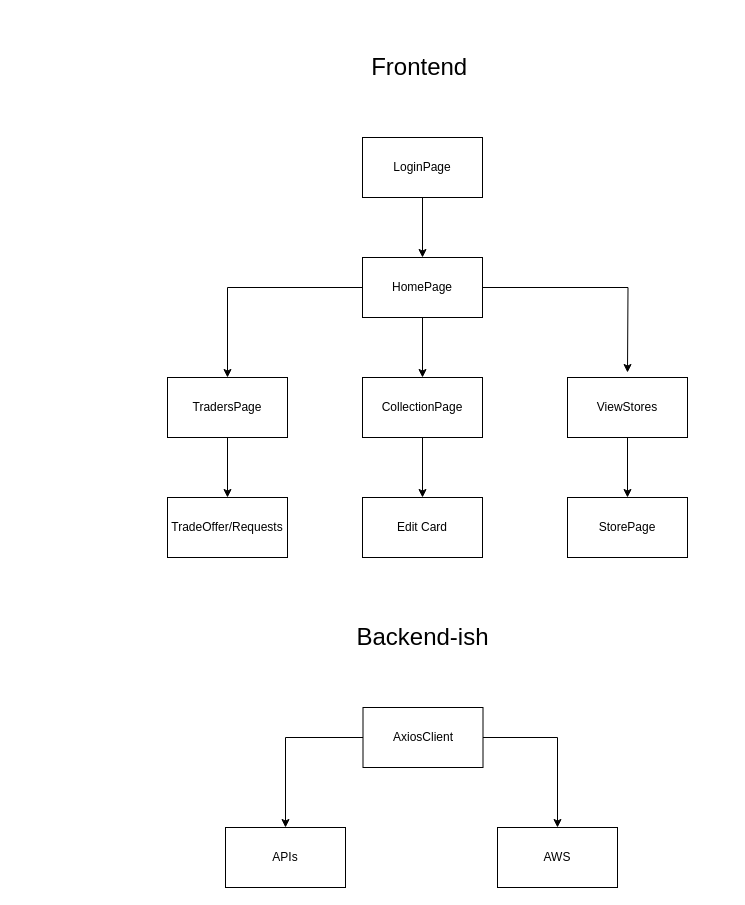
Before: design-refs/Architecture.drawio in 210524training/TeamCoolGuyFront, a draw.io diagram. Source tidied: cells renumbered, new cells numbered last; positions are measured from the earlier drawing's top-left corner, leaving out a move shared by most shapes. Both pictures are drawn from the tidied source at 100%, with x=0, y=0 at pixel (167, 57).
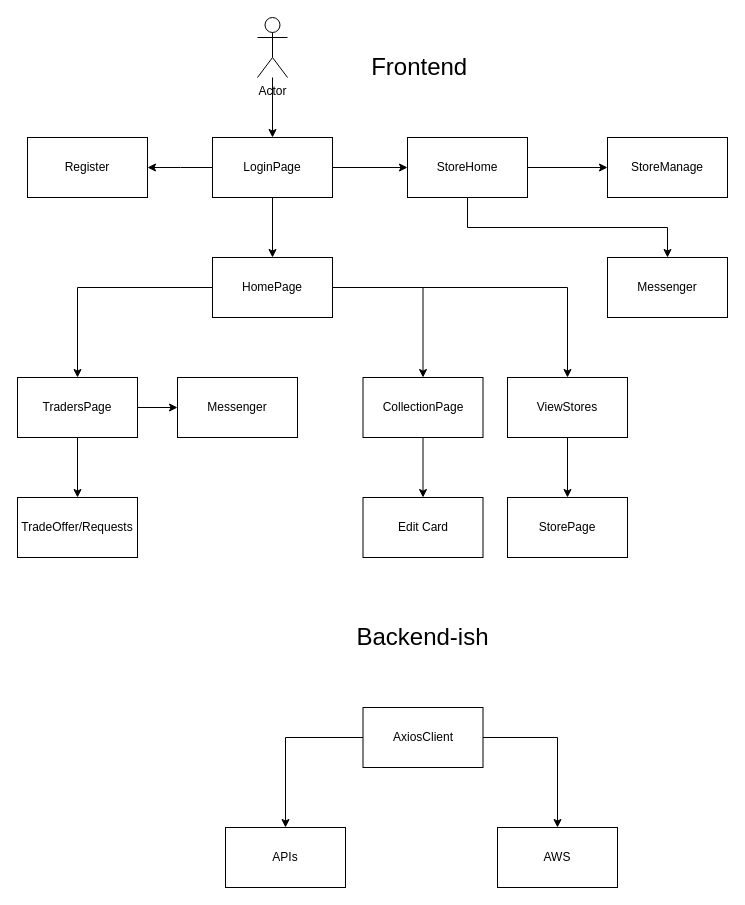
The same page after the edit.

Commit message:
update arch diagram

Diff of the diagram source:
```diff
@@
+    <mxCell id="24" style="edgeStyle=orthogonalEdgeStyle;rounded=0;jettySize=auto;html=1;entryX=0;entryY=0.5;entryDx=0;entryDy=0;" parent="1" edge="1" source="3" target="30">
+      <mxGeometry relative="1" as="geometry" />
+    </mxCell>
+    <mxCell id="25" style="edgeStyle=orthogonalEdgeStyle;rounded=0;jettySize=auto;html=1;" parent="1" edge="1" source="3">
+      <mxGeometry relative="1" as="geometry">
+        <mxPoint x="-20" y="110" as="targetPoint" />
+      </mxGeometry>
+    </mxCell>
     <mxCell id="3" value="LoginPage" style="rounded=0;whiteSpace=wrap;html=1;" parent="1" vertex="1">
-      <mxGeometry x="195" y="80" width="120" height="60" as="geometry" />
+      <mxGeometry x="45" y="80" width="120" height="60" as="geometry" />
     </mxCell>
@@
-    <mxCell id="6" style="edgeStyle=orthogonalEdgeStyle;rounded=0;jettySize=auto;html=1;" parent="1" edge="1" source="7">
+    <mxCell id="6" style="edgeStyle=orthogonalEdgeStyle;rounded=0;jettySize=auto;html=1;entryX=0.5;entryY=0;entryDx=0;entryDy=0;" parent="1" edge="1" source="7" target="11">
       <mxGeometry relative="1" as="geometry">
-        <mxPoint x="460" y="315" as="targetPoint" />
+        <Array as="points">
+          <mxPoint x="400" y="230" />
+        </Array>
       </mxGeometry>
     </mxCell>
+    <mxCell id="26" style="edgeStyle=orthogonalEdgeStyle;rounded=0;jettySize=auto;html=1;entryX=0;entryY=0.5;entryDx=0;entryDy=0;exitX=1;exitY=0.5;exitDx=0;exitDy=0;" parent="1" edge="1" source="13" target="31">
+      <mxGeometry relative="1" as="geometry" />
+    </mxCell>
     <mxCell id="7" value="HomePage" style="rounded=0;whiteSpace=wrap;html=1;" parent="1" vertex="1">
-      <mxGeometry x="195" y="200" width="120" height="60" as="geometry" />
+      <mxGeometry x="45" y="200" width="120" height="60" as="geometry" />
     </mxCell>
@@
     <mxCell id="9" value="CollectionPage" style="rounded=0;whiteSpace=wrap;html=1;" parent="1" vertex="1">
-      <mxGeometry x="195" y="320" width="120" height="60" as="geometry" />
+      <mxGeometry x="195.5" y="320" width="120" height="60" as="geometry" />
     </mxCell>
@@
     <mxCell id="11" value="ViewStores" style="rounded=0;whiteSpace=wrap;html=1;" parent="1" vertex="1">
-      <mxGeometry x="400" y="320" width="120" height="60" as="geometry" />
+      <mxGeometry x="340" y="320" width="120" height="60" as="geometry" />
     </mxCell>
@@
     <mxCell id="13" value="TradersPage" style="rounded=0;whiteSpace=wrap;html=1;" parent="1" vertex="1">
-      <mxGeometry y="320" width="120" height="60" as="geometry" />
+      <mxGeometry x="-150" y="320" width="120" height="60" as="geometry" />
     </mxCell>
     <mxCell id="14" value="TradeOffer/Requests" style="rounded=0;whiteSpace=wrap;html=1;" parent="1" vertex="1">
-      <mxGeometry y="440" width="120" height="60" as="geometry" />
+      <mxGeometry x="-150" y="440" width="120" height="60" as="geometry" />
     </mxCell>
     <mxCell id="15" value="Edit Card" style="rounded=0;whiteSpace=wrap;html=1;" parent="1" vertex="1">
-      <mxGeometry x="195" y="440" width="120" height="60" as="geometry" />
+      <mxGeometry x="195.5" y="440" width="120" height="60" as="geometry" />
     </mxCell>
     <mxCell id="16" value="StorePage" style="rounded=0;whiteSpace=wrap;html=1;" parent="1" vertex="1">
-      <mxGeometry x="400" y="440" width="120" height="60" as="geometry" />
+      <mxGeometry x="340" y="440" width="120" height="60" as="geometry" />
     </mxCell>
@@
+    <mxCell id="27" style="edgeStyle=orthogonalEdgeStyle;rounded=0;jettySize=auto;html=1;entryX=0.5;entryY=0;entryDx=0;entryDy=0;exitX=0.5;exitY=1;exitDx=0;exitDy=0;" parent="1" edge="1" source="30" target="33">
+      <mxGeometry relative="1" as="geometry" />
+    </mxCell>
+    <mxCell id="28" value="StoreManage" style="rounded=0;whiteSpace=wrap;html=1;" parent="1" vertex="1">
+      <mxGeometry x="440" y="80" width="120" height="60" as="geometry" />
+    </mxCell>
+    <mxCell id="29" style="edgeStyle=orthogonalEdgeStyle;rounded=0;jettySize=auto;html=1;exitX=1;exitY=0.5;exitDx=0;exitDy=0;entryX=0;entryY=0.5;entryDx=0;entryDy=0;" parent="1" edge="1" source="30" target="28">
+      <mxGeometry relative="1" as="geometry" />
+    </mxCell>
+    <mxCell id="30" value="StoreHome" style="rounded=0;whiteSpace=wrap;html=1;" parent="1" vertex="1">
+      <mxGeometry x="240" y="80" width="120" height="60" as="geometry" />
+    </mxCell>
+    <mxCell id="31" value="Messenger" style="rounded=0;whiteSpace=wrap;html=1;" parent="1" vertex="1">
+      <mxGeometry x="10" y="320" width="120" height="60" as="geometry" />
+    </mxCell>
+    <mxCell id="32" value="Register" style="rounded=0;whiteSpace=wrap;html=1;" parent="1" vertex="1">
+      <mxGeometry x="-140" y="80" width="120" height="60" as="geometry" />
+    </mxCell>
+    <mxCell id="33" value="Messenger" style="rounded=0;whiteSpace=wrap;html=1;" parent="1" vertex="1">
+      <mxGeometry x="440" y="200" width="120" height="60" as="geometry" />
+    </mxCell>
+    <mxCell id="34" style="edgeStyle=orthogonalEdgeStyle;rounded=0;jettySize=auto;html=1;entryX=0.5;entryY=0;entryDx=0;entryDy=0;" parent="1" edge="1" source="35" target="3">
+      <mxGeometry relative="1" as="geometry" />
+    </mxCell>
+    <mxCell id="35" value="Actor" style="shape=umlActor;verticalLabelPosition=bottom;verticalAlign=top;html=1;" parent="1" vertex="1">
+      <mxGeometry x="90" y="-40" width="30" height="60" as="geometry" />
+    </mxCell>
```
